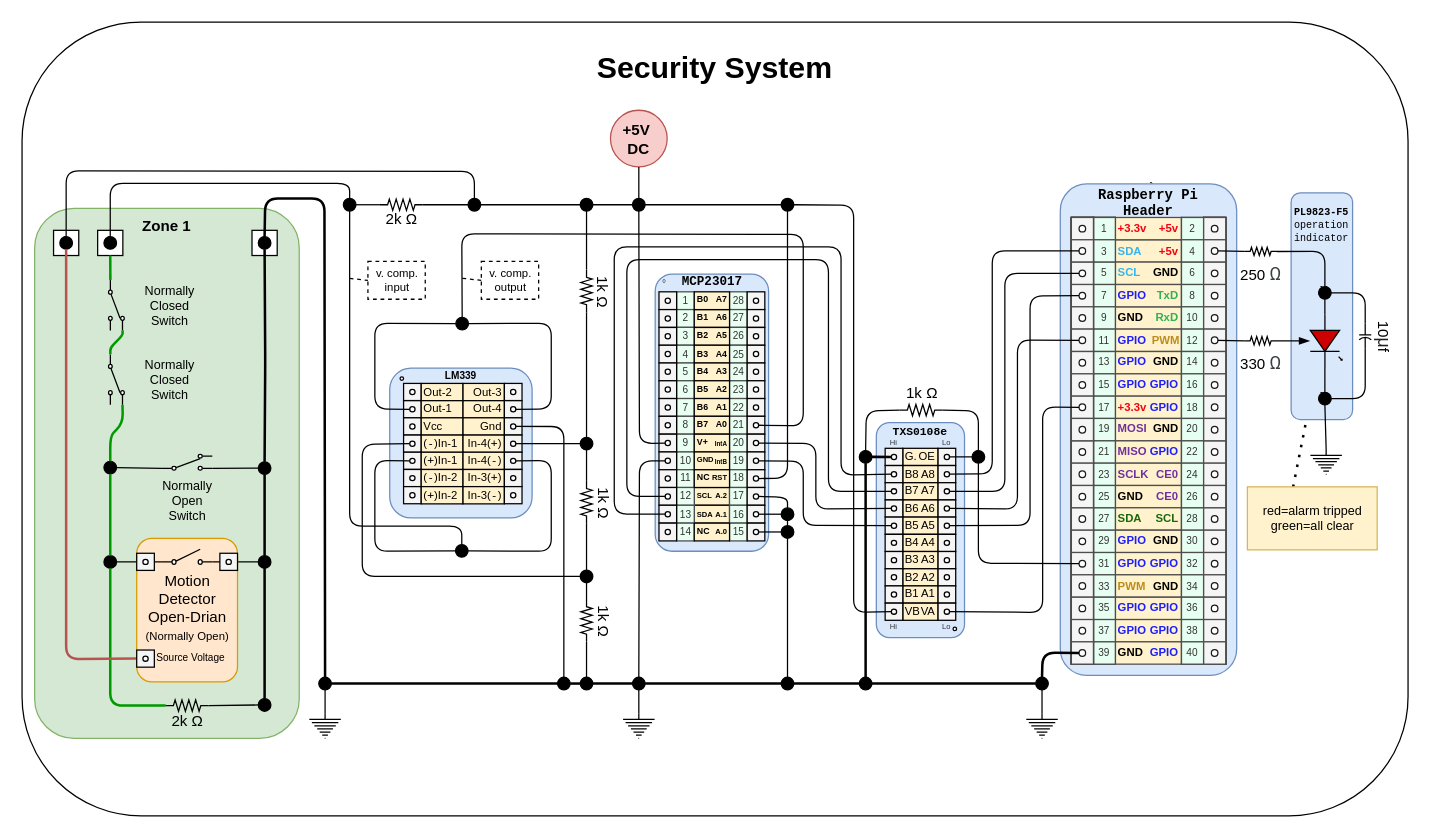
The draw.io diagram page "LM339" (2 of 2) of readme/circuit diagram.drawio in wryan67/SecuritySystem, before the edit. Source tidied: cells renumbered, new cells numbered last; positions are measured from the earlier drawing's top-left corner, leaving out a move shared by most shapes. Both pictures are drawn from the tidied source at 126%, with x=0, y=0 at pixel (21, 21).
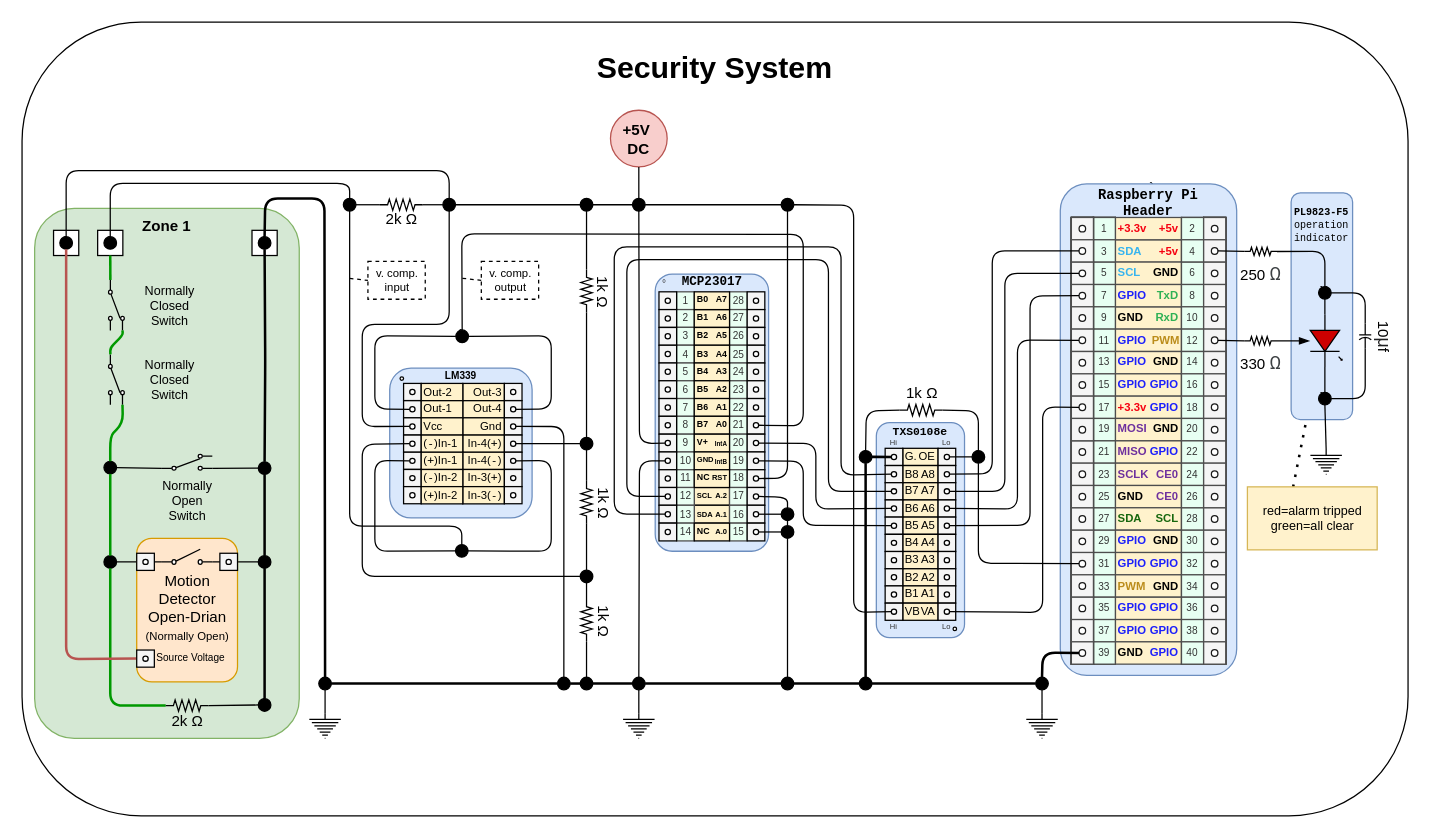
The same page after the edit.

Commit message (it also covers changes not shown here):
update circuit diagram for lm339

Unchanged cells that the change refers to:
```xml
<mxCell id="527" value="`" style="ellipse;whiteSpace=wrap;html=1;fillColor=#000000;" parent="1" vertex="1">
  <mxGeometry x="30" y="170.3" width="10" height="10" as="geometry" />
</mxCell>
<mxCell id="571" style="verticalLabelPosition=bottom;shadow=0;dashed=0;align=center;html=1;verticalAlign=top;strokeWidth=1;shape=ellipse;fontSize=12;" parent="1" vertex="1">
  <mxGeometry x="307.7" y="305.3" width="4.2" height="4.1" as="geometry" />
</mxCell>
<mxCell id="572" style="verticalLabelPosition=bottom;shadow=0;dashed=0;align=center;html=1;verticalAlign=top;strokeWidth=1;shape=ellipse;fontSize=12;" parent="1" vertex="1">
  <mxGeometry x="387.7" y="305.3" width="4.2" height="4.1" as="geometry" />
</mxCell>
<mxCell id="575" style="verticalLabelPosition=bottom;shadow=0;dashed=0;align=center;html=1;verticalAlign=top;strokeWidth=1;shape=ellipse;fontSize=12;" parent="1" vertex="1">
  <mxGeometry x="307.7" y="318.9" width="4.2" height="4.1" as="geometry" />
</mxCell>
```

Change to the diagram source:
```diff
@@
     <mxCell id="505" value="`" style="ellipse;whiteSpace=wrap;html=1;fillColor=#000000;" parent="1" vertex="1">
-      <mxGeometry x="354" y="140" width="10" height="10" as="geometry" />
+      <mxGeometry x="334" y="140" width="10" height="10" as="geometry" />
     </mxCell>
@@
     <mxCell id="534" style="endArrow=none;html=1;fontSize=9;strokeColor=#000000;strokeWidth=1;exitX=0.5;exitY=0;exitDx=0;exitDy=0;entryX=0.5;entryY=0;entryDx=0;entryDy=0;" parent="1" edge="1" source="527" target="505">
       <mxGeometry relative="1" as="geometry">
         <Array as="points">
           <mxPoint x="35" y="118" />
-          <mxPoint x="359" y="118.5" />
+          <mxPoint x="339" y="118" />
         </Array>
       </mxGeometry>
     </mxCell>
@@
     <mxCell id="606" value="`" style="ellipse;whiteSpace=wrap;html=1;fillColor=#000000;" parent="1" vertex="1">
-      <mxGeometry x="344.3" y="234.4" width="10" height="10" as="geometry" />
+      <mxGeometry x="344.3" y="244.4" width="10" height="10" as="geometry" />
     </mxCell>
     <mxCell id="607" style="endArrow=none;html=1;entryX=0;entryY=0.5;entryDx=0;entryDy=0;exitX=0;exitY=0.5;exitDx=0;exitDy=0;" parent="1" edge="1" source="571" target="606">
       <mxGeometry relative="1" as="geometry">
         <Array as="points">
           <mxPoint x="280" y="307" />
-          <mxPoint x="280" y="239" />
+          <mxPoint x="280" y="249" />
         </Array>
       </mxGeometry>
     </mxCell>
     <mxCell id="608" style="endArrow=none;html=1;exitX=1;exitY=0.5;exitDx=0;exitDy=0;entryX=1;entryY=0.5;entryDx=0;entryDy=0;" parent="1" edge="1" source="606" target="572">
       <mxGeometry relative="1" as="geometry">
         <Array as="points">
-          <mxPoint x="420" y="239" />
+          <mxPoint x="420" y="249" />
           <mxPoint x="420" y="307" />
         </Array>
       </mxGeometry>
     </mxCell>
@@
+    <mxCell id="614" style="endArrow=none;html=1;exitX=0.5;exitY=1;exitDx=0;exitDy=0;entryX=0;entryY=0.5;entryDx=0;entryDy=0;" parent="1" edge="1" source="505" target="575">
+      <mxGeometry relative="1" as="geometry">
+        <Array as="points">
+          <mxPoint x="339" y="240" />
+          <mxPoint x="270" y="240" />
+          <mxPoint x="270" y="321" />
+        </Array>
+      </mxGeometry>
+    </mxCell>
```
